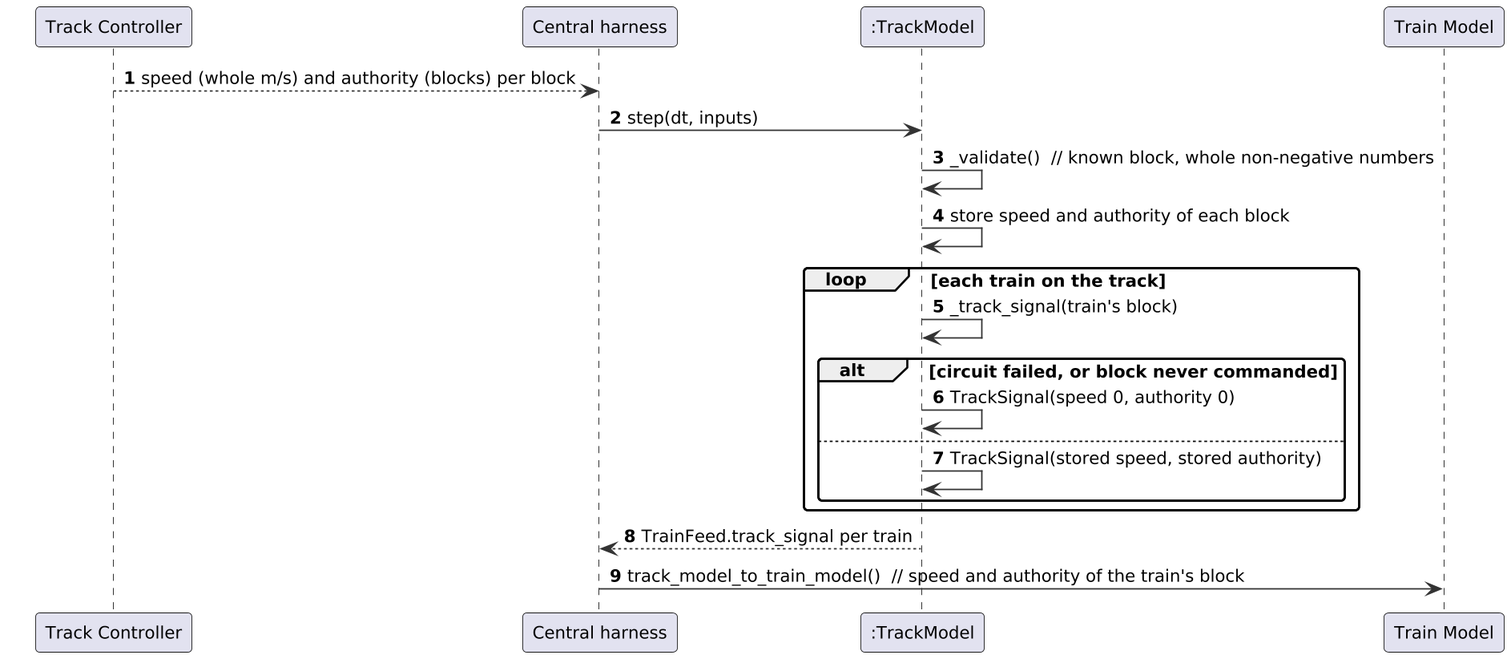
The PlantUML diagram documents/uml/track_model/sd07_circuit.png in Landiss04/Track-Overflow, before a commit.
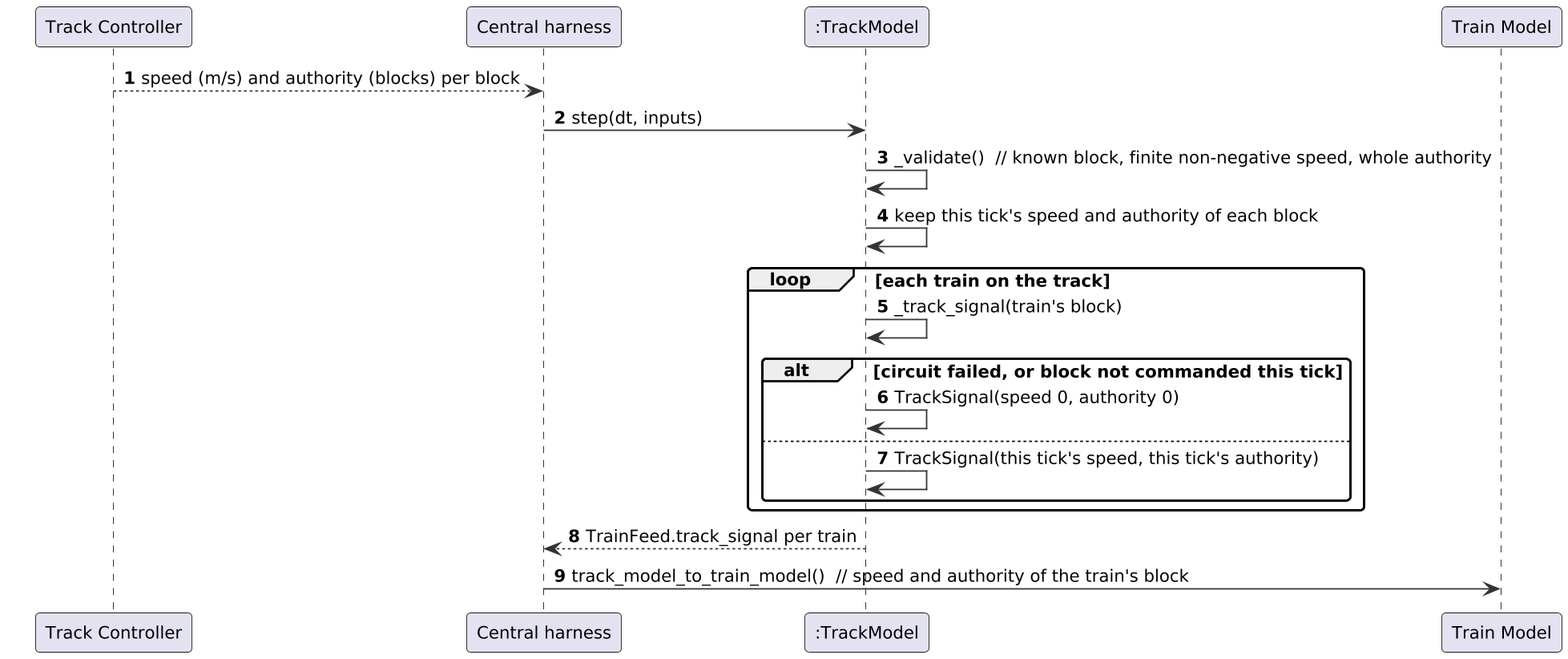
After the commit.

Diff of the diagram source:
```diff
@@ -13,16 +13,16 @@
 participant "Central harness" as H
 participant ":TrackModel" as TM
 participant "Train Model" as TRM
-TC --> H : speed (whole m/s) and authority (blocks) per block
+TC --> H : speed (m/s) and authority (blocks) per block
 H -> TM : step(dt, inputs)
-TM -> TM : _validate()  // known block, whole non-negative numbers
-TM -> TM : store speed and authority of each block
+TM -> TM : _validate()  // known block, finite non-negative speed, whole authority
+TM -> TM : keep this tick's speed and authority of each block
 loop each train on the track
   TM -> TM : _track_signal(train's block)
-  alt circuit failed, or block never commanded
+  alt circuit failed, or block not commanded this tick
     TM -> TM : TrackSignal(speed 0, authority 0)
   else
-    TM -> TM : TrackSignal(stored speed, stored authority)
+    TM -> TM : TrackSignal(this tick's speed, this tick's authority)
   end
 end
 TM --> H : TrainFeed.track_signal per train
```
